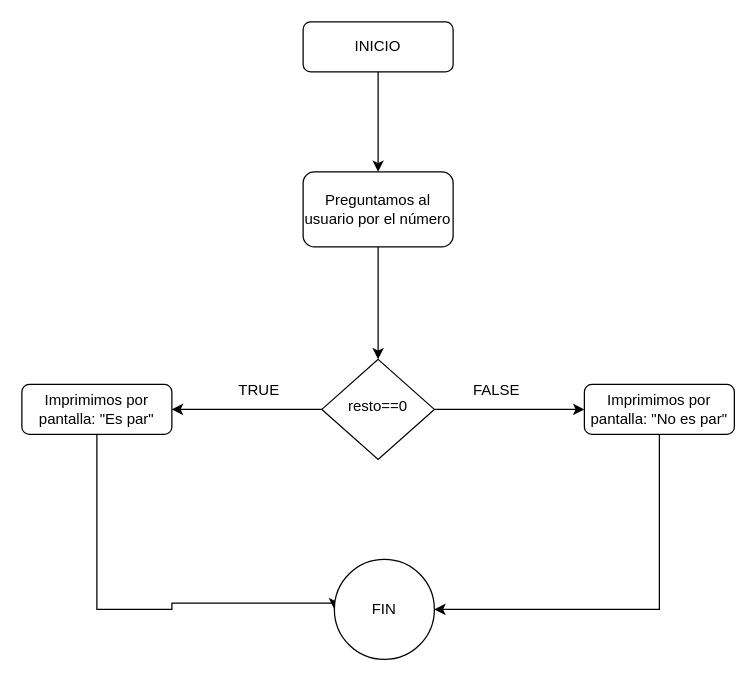
This is Tema2/src/ejercicios/Ejercicio1.drawio from manueIIsorna/Tema2, a draw.io file, before an edit. Source tidied: cells renumbered, new cells numbered last; positions are measured from the earlier drawing's top-left corner, leaving out a move shared by most shapes. Both pictures are drawn from the tidied source at 125%, with x=0, y=0 at pixel (21, 21).
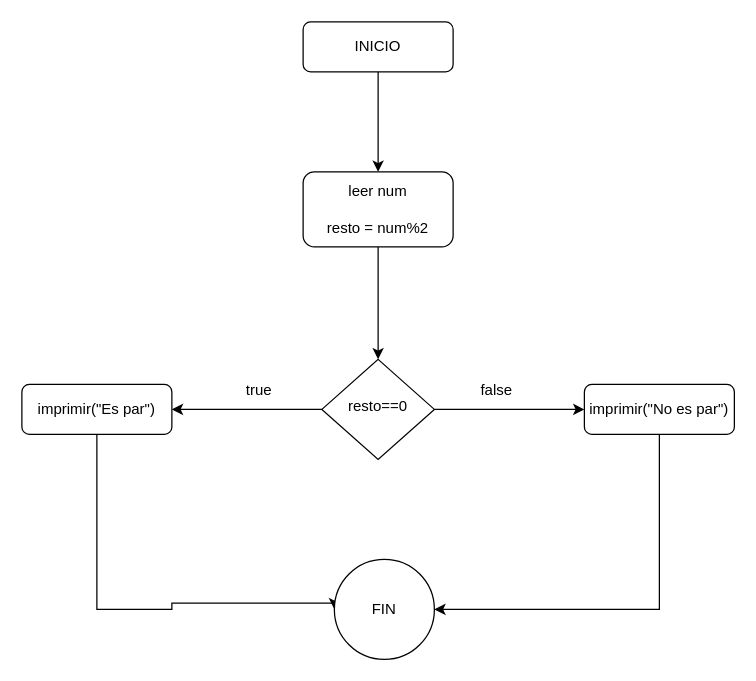
The same diagram, later.

What changed in the source:
```diff
@@
 <mxGraphModel>
   <root>
     <mxCell id="0" />
     <mxCell id="1" parent="0" />
     <mxCell id="2" style="edgeStyle=orthogonalEdgeStyle;rounded=0;jettySize=auto;html=1;entryX=0.5;entryY=0;entryDx=0;entryDy=0;" parent="1" edge="1" source="3" target="12">
       <mxGeometry relative="1" as="geometry" />
     </mxCell>
     <mxCell id="3" value="INICIO" style="rounded=1;whiteSpace=wrap;html=1;fontSize=12;glass=0;strokeWidth=1;shadow=0;" parent="1" vertex="1">
       <mxGeometry x="225" width="120" height="40" as="geometry" />
     </mxCell>
     <mxCell id="4" style="edgeStyle=orthogonalEdgeStyle;rounded=0;jettySize=auto;html=1;" parent="1" edge="1" source="6" target="10">
       <mxGeometry relative="1" as="geometry" />
     </mxCell>
     <mxCell id="5" style="edgeStyle=orthogonalEdgeStyle;rounded=0;jettySize=auto;html=1;" parent="1" edge="1" source="6" target="8">
       <mxGeometry relative="1" as="geometry" />
     </mxCell>
     <mxCell id="6" value="resto==0" style="rhombus;whiteSpace=wrap;html=1;shadow=0;fontFamily=Helvetica;fontSize=12;align=center;strokeWidth=1;spacing=6;spacingTop=-4;" parent="1" vertex="1">
       <mxGeometry x="240" y="270" width="90" height="80" as="geometry" />
     </mxCell>
     <mxCell id="7" style="edgeStyle=orthogonalEdgeStyle;rounded=0;jettySize=auto;html=1;entryX=1;entryY=0.5;entryDx=0;entryDy=0;" parent="1" edge="1" source="8" target="13">
       <mxGeometry relative="1" as="geometry">
         <Array as="points">
           <mxPoint x="510" y="470" />
         </Array>
       </mxGeometry>
     </mxCell>
-    <mxCell id="8" value="Imprimimos por pantalla: &quot;No es par&quot;" style="rounded=1;whiteSpace=wrap;html=1;fontSize=12;glass=0;strokeWidth=1;shadow=0;" parent="1" vertex="1">
+    <mxCell id="8" value="imprimir(&quot;No es par&quot;)" style="rounded=1;whiteSpace=wrap;html=1;fontSize=12;glass=0;strokeWidth=1;shadow=0;" parent="1" vertex="1">
       <mxGeometry x="450" y="290" width="120" height="40" as="geometry" />
     </mxCell>
     <mxCell id="9" style="edgeStyle=orthogonalEdgeStyle;rounded=0;jettySize=auto;html=1;entryX=0;entryY=0.5;entryDx=0;entryDy=0;" parent="1" edge="1" source="10" target="13">
       <mxGeometry relative="1" as="geometry">
         <Array as="points">
           <mxPoint x="60" y="470" />
           <mxPoint x="120" y="470" />
           <mxPoint x="120" y="465" />
           <mxPoint x="250" y="465" />
         </Array>
       </mxGeometry>
     </mxCell>
-    <mxCell id="10" value="Imprimimos por pantalla: &quot;Es par&quot;" style="rounded=1;whiteSpace=wrap;html=1;fontSize=12;glass=0;strokeWidth=1;shadow=0;" parent="1" vertex="1">
+    <mxCell id="10" value="imprimir(&quot;Es par&quot;)" style="rounded=1;whiteSpace=wrap;html=1;fontSize=12;glass=0;strokeWidth=1;shadow=0;" parent="1" vertex="1">
       <mxGeometry y="290" width="120" height="40" as="geometry" />
     </mxCell>
     <mxCell id="11" style="edgeStyle=orthogonalEdgeStyle;rounded=0;jettySize=auto;html=1;entryX=0.5;entryY=0;entryDx=0;entryDy=0;" parent="1" edge="1" source="12" target="6">
       <mxGeometry relative="1" as="geometry" />
     </mxCell>
-    <mxCell id="12" value="Preguntamos al usuario por el número" style="rounded=1;whiteSpace=wrap;html=1;" parent="1" vertex="1">
+    <mxCell id="12" value="leer num&lt;br&gt;&lt;br&gt;resto = num%2" style="rounded=1;whiteSpace=wrap;html=1;" parent="1" vertex="1">
       <mxGeometry x="225" y="120" width="120" height="60" as="geometry" />
     </mxCell>
     <mxCell id="13" value="FIN" style="ellipse;whiteSpace=wrap;html=1;" parent="1" vertex="1">
       <mxGeometry x="250" y="430" width="80" height="80" as="geometry" />
     </mxCell>
-    <mxCell id="14" value="TRUE" style="text;html=1;strokeColor=none;fillColor=none;align=center;verticalAlign=middle;whiteSpace=wrap;rounded=0;" parent="1" vertex="1">
+    <mxCell id="14" value="true" style="text;html=1;strokeColor=none;fillColor=none;align=center;verticalAlign=middle;whiteSpace=wrap;rounded=0;" parent="1" vertex="1">
       <mxGeometry x="160" y="280" width="60" height="30" as="geometry" />
     </mxCell>
-    <mxCell id="15" value="FALSE" style="text;html=1;strokeColor=none;fillColor=none;align=center;verticalAlign=middle;whiteSpace=wrap;rounded=0;" parent="1" vertex="1">
+    <mxCell id="15" value="false" style="text;html=1;strokeColor=none;fillColor=none;align=center;verticalAlign=middle;whiteSpace=wrap;rounded=0;" parent="1" vertex="1">
       <mxGeometry x="350" y="280" width="60" height="30" as="geometry" />
     </mxCell>
   </root>
 </mxGraphModel>
```
